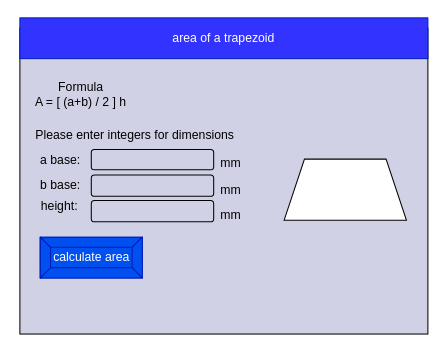
Before: design/story-board.drawio in Liya-Getachew/ICS2O-Unit3-01-JS, a draw.io diagram. Source tidied: cells renumbered, new cells numbered last; positions are measured from the earlier drawing's top-left corner, leaving out a move shared by most shapes. Both pictures are drawn from the tidied source at 102%, with x=0, y=0 at pixel (17, 17).
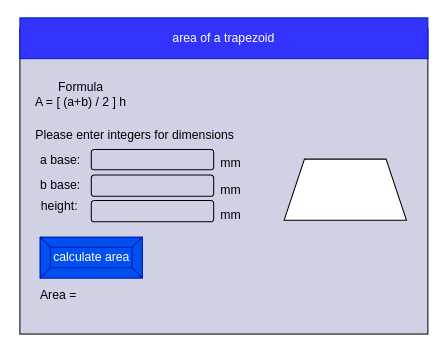
Above is the later version.

Commit message (it also covers changes not shown here):
changed story-board

Diff of the diagram source:
```diff
@@
 <mxGraphModel>
   <root>
     <mxCell id="0" />
     <mxCell id="1" parent="0" />
     <mxCell id="2" style="rounded=0;whiteSpace=wrap;html=1;fillColor=#D1D1E6;" parent="1" vertex="1">
       <mxGeometry x="2" y="10" width="400" height="300" as="geometry" />
     </mxCell>
     <mxCell id="3" value="area of a trapezoid" style="rounded=0;whiteSpace=wrap;html=1;fillColor=#3333FF;fontColor=#ffffff;strokeColor=#001DBC;" parent="1" vertex="1">
       <mxGeometry x="2" width="400" height="40" as="geometry" />
     </mxCell>
     <mxCell id="4" value="calculate area" style="labelPosition=center;verticalLabelPosition=middle;align=center;html=1;shape=mxgraph.basic.button;dx=10;fillColor=#0050ef;fontColor=#ffffff;strokeColor=#001DBC;" parent="1" vertex="1">
       <mxGeometry x="22" y="215" width="100" height="40" as="geometry" />
     </mxCell>
     <mxCell id="5" value="Formula&lt;br&gt;A = [ (a+b) / 2 ] h" style="text;html=1;strokeColor=none;fillColor=none;align=center;verticalAlign=middle;whiteSpace=wrap;rounded=0;fontColor=#000000;" parent="1" vertex="1">
       <mxGeometry x="12" y="60" width="100" height="30" as="geometry" />
     </mxCell>
     <mxCell id="6" value="Please enter integers for dimensions" style="text;html=1;strokeColor=none;fillColor=none;align=center;verticalAlign=middle;whiteSpace=wrap;rounded=0;fontColor=#000000;" parent="1" vertex="1">
       <mxGeometry y="100" width="230" height="30" as="geometry" />
     </mxCell>
     <mxCell id="7" value="a base:" style="text;html=1;strokeColor=none;fillColor=none;align=center;verticalAlign=middle;whiteSpace=wrap;rounded=0;fontColor=#000000;" parent="1" vertex="1">
       <mxGeometry x="12" y="125" width="60" height="30" as="geometry" />
     </mxCell>
     <mxCell id="8" style="rounded=1;whiteSpace=wrap;html=1;fontColor=#000000;strokeColor=#000000;fillColor=none;" parent="1" vertex="1">
       <mxGeometry x="72" y="129" width="120" height="20" as="geometry" />
     </mxCell>
     <mxCell id="9" value="b base:" style="text;html=1;strokeColor=none;fillColor=none;align=center;verticalAlign=middle;whiteSpace=wrap;rounded=0;fontColor=#000000;" parent="1" vertex="1">
       <mxGeometry x="12" y="149" width="60" height="30" as="geometry" />
     </mxCell>
     <mxCell id="10" style="rounded=1;whiteSpace=wrap;html=1;fontColor=#000000;strokeColor=#000000;fillColor=none;" parent="1" vertex="1">
       <mxGeometry x="72" y="154" width="120" height="21" as="geometry" />
     </mxCell>
     <mxCell id="11" value="height:" style="text;html=1;strokeColor=none;fillColor=none;align=center;verticalAlign=middle;whiteSpace=wrap;rounded=0;fontColor=#000000;" parent="1" vertex="1">
       <mxGeometry x="11" y="170" width="60" height="30" as="geometry" />
     </mxCell>
     <mxCell id="12" style="rounded=1;whiteSpace=wrap;html=1;fontColor=#000000;strokeColor=#000000;fillColor=none;" parent="1" vertex="1">
       <mxGeometry x="72" y="179" width="120" height="21" as="geometry" />
     </mxCell>
     <mxCell id="13" value="mm" style="text;html=1;strokeColor=none;fillColor=none;align=center;verticalAlign=middle;whiteSpace=wrap;rounded=0;fontColor=#000000;" parent="1" vertex="1">
       <mxGeometry x="179" y="128" width="60" height="30" as="geometry" />
     </mxCell>
     <mxCell id="14" value="mm" style="text;html=1;strokeColor=none;fillColor=none;align=center;verticalAlign=middle;whiteSpace=wrap;rounded=0;fontColor=#000000;" parent="1" vertex="1">
       <mxGeometry x="179" y="153.5" width="60" height="30" as="geometry" />
     </mxCell>
     <mxCell id="15" value="mm" style="text;html=1;strokeColor=none;fillColor=none;align=center;verticalAlign=middle;whiteSpace=wrap;rounded=0;fontColor=#000000;" parent="1" vertex="1">
       <mxGeometry x="179" y="179" width="60" height="30" as="geometry" />
     </mxCell>
     <mxCell id="16" style="shape=trapezoid;perimeter=trapezoidPerimeter;whiteSpace=wrap;html=1;fixedSize=1;fontColor=#000000;strokeColor=#000000;fillColor=#FFFFFF;" parent="1" vertex="1">
       <mxGeometry x="261" y="138.5" width="120" height="60" as="geometry" />
     </mxCell>
+    <mxCell id="17" value="Area =" style="text;html=1;align=center;verticalAlign=middle;whiteSpace=wrap;rounded=0;fontColor=#000000;" parent="1" vertex="1">
+      <mxGeometry x="10" y="257" width="60" height="30" as="geometry" />
+    </mxCell>
   </root>
 </mxGraphModel>
```
